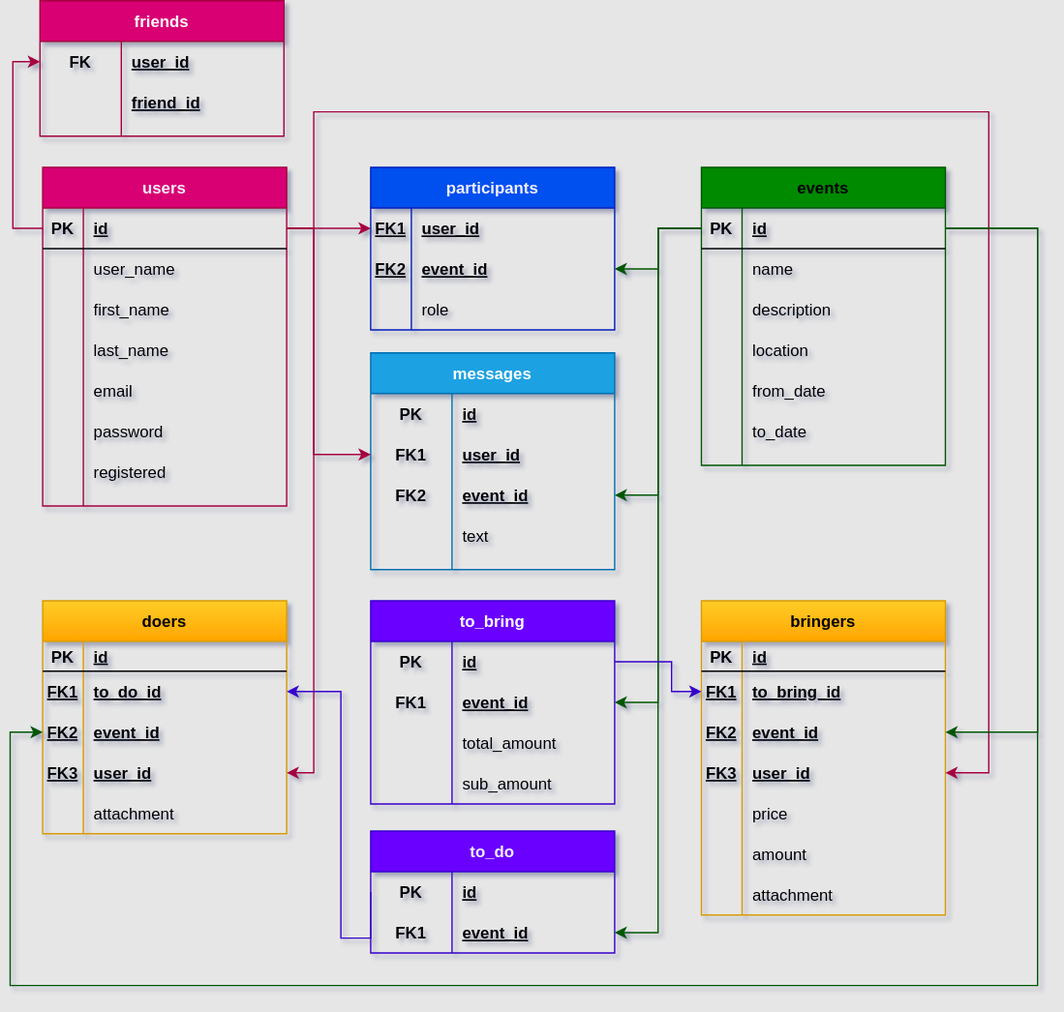
Above: uml_db_plan_c.svg in kispamach/turtle-event (draw.io), before the change. Source tidied: cells renumbered, new cells last; positions are measured from the earlier drawing's top-left corner, leaving out a move shared by most shapes.
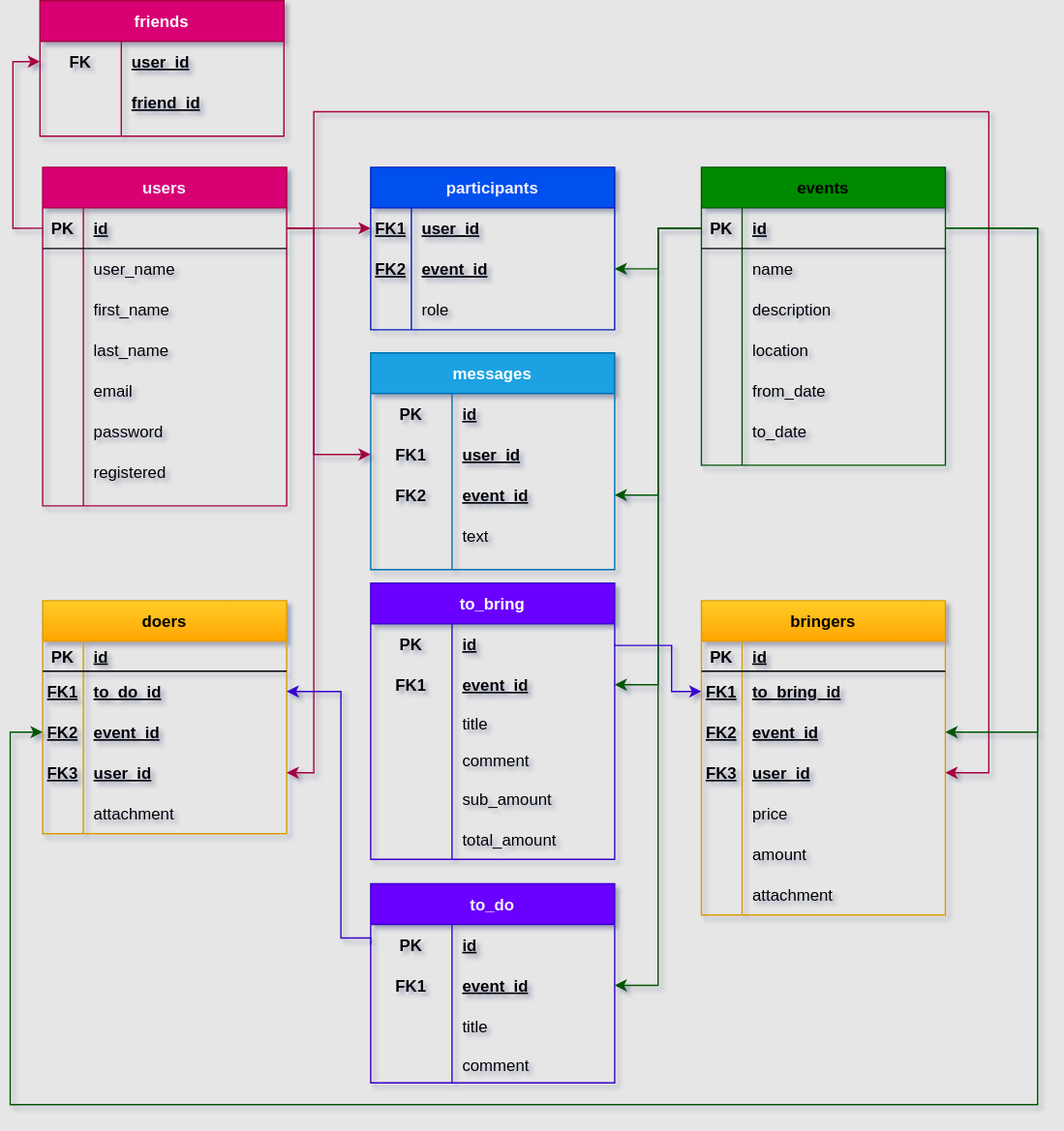
Later version of the same file.

Commit message:
Minor fixes in DB diagram & inserted dummy data to DB schema

What changed in the source:
```diff
@@ -261,7 +261,7 @@
       <mxGeometry x="30" width="150" height="30" as="geometry" />
     </mxCell>
     <mxCell id="88" value="to_bring" style="shape=table;startSize=30;rowLines=0;fontStyle=1;align=center;fillColor=#6a00ff;strokeColor=#3700CC;fontColor=#ffffff;" parent="1" vertex="1">
-      <mxGeometry x="266" y="443" width="180" height="150" as="geometry" />
+      <mxGeometry x="266" y="430" width="180" height="204" as="geometry" />
     </mxCell>
     <mxCell id="89" style="shape=partialRectangle;fillColor=none;top=0;left=0;bottom=0;right=0;points=[[0,0.5],[1,0.5]];portConstraint=eastwest;fontColor=#000000;" parent="88" vertex="1">
       <mxGeometry y="30" width="180" height="30" as="geometry" />
@@ -282,16 +282,25 @@
       <mxGeometry x="60" width="120" height="30" as="geometry" />
     </mxCell>
     <mxCell id="95" style="shape=partialRectangle;fillColor=none;top=0;left=0;bottom=0;right=0;fontColor=#000000;" parent="88" vertex="1">
-      <mxGeometry y="90" width="180" height="30" as="geometry" />
+      <mxGeometry y="90" width="180" height="27" as="geometry" />
     </mxCell>
     <mxCell id="96" style="shape=partialRectangle;fillColor=none;top=0;left=0;bottom=0;right=0;fontStyle=1;overflow=hidden;fontColor=#000000;" parent="95" vertex="1">
-      <mxGeometry width="60" height="30" as="geometry" />
+      <mxGeometry width="60" height="27" as="geometry" />
     </mxCell>
-    <mxCell id="97" value="total_amount" style="shape=partialRectangle;fillColor=none;top=0;left=0;bottom=0;right=0;align=left;spacingLeft=6;fontStyle=0;overflow=hidden;fontColor=#000000;" parent="95" vertex="1">
-      <mxGeometry x="60" width="120" height="30" as="geometry" />
+    <mxCell id="97" value="title" style="shape=partialRectangle;fillColor=none;top=0;left=0;bottom=0;right=0;align=left;spacingLeft=6;fontStyle=0;overflow=hidden;fontColor=#000000;" parent="95" vertex="1">
+      <mxGeometry x="60" width="120" height="27" as="geometry" />
     </mxCell>
+    <mxCell id="144" style="shape=partialRectangle;fillColor=none;top=0;left=0;bottom=0;right=0;fontColor=#000000;" parent="88" vertex="1">
+      <mxGeometry y="117" width="180" height="27" as="geometry" />
+    </mxCell>
+    <mxCell id="145" style="shape=partialRectangle;fillColor=none;top=0;left=0;bottom=0;right=0;fontStyle=1;overflow=hidden;fontColor=#000000;" parent="144" vertex="1">
+      <mxGeometry width="60" height="27" as="geometry" />
+    </mxCell>
+    <mxCell id="146" value="comment" style="shape=partialRectangle;fillColor=none;top=0;left=0;bottom=0;right=0;align=left;spacingLeft=6;fontStyle=0;overflow=hidden;fontColor=#000000;" parent="144" vertex="1">
+      <mxGeometry x="60" width="120" height="27" as="geometry" />
+    </mxCell>
     <mxCell id="98" style="shape=partialRectangle;fillColor=none;top=0;left=0;bottom=0;right=0;fontColor=#000000;" parent="88" vertex="1">
-      <mxGeometry y="120" width="180" height="30" as="geometry" />
+      <mxGeometry y="144" width="180" height="30" as="geometry" />
     </mxCell>
     <mxCell id="99" style="shape=partialRectangle;fillColor=none;top=0;left=0;bottom=0;right=0;fontStyle=1;overflow=hidden;fontColor=#000000;" parent="98" vertex="1">
       <mxGeometry width="60" height="30" as="geometry" />
@@ -299,6 +308,15 @@
     <mxCell id="100" value="sub_amount" style="shape=partialRectangle;fillColor=none;top=0;left=0;bottom=0;right=0;align=left;spacingLeft=6;fontStyle=0;overflow=hidden;fontColor=#000000;" parent="98" vertex="1">
       <mxGeometry x="60" width="120" height="30" as="geometry" />
     </mxCell>
+    <mxCell id="147" style="shape=partialRectangle;fillColor=none;top=0;left=0;bottom=0;right=0;fontColor=#000000;" parent="88" vertex="1">
+      <mxGeometry y="174" width="180" height="30" as="geometry" />
+    </mxCell>
+    <mxCell id="148" style="shape=partialRectangle;fillColor=none;top=0;left=0;bottom=0;right=0;fontStyle=1;overflow=hidden;fontColor=#000000;" parent="147" vertex="1">
+      <mxGeometry width="60" height="30" as="geometry" />
+    </mxCell>
+    <mxCell id="149" value="total_amount" style="shape=partialRectangle;fillColor=none;top=0;left=0;bottom=0;right=0;align=left;spacingLeft=6;fontStyle=0;overflow=hidden;fontColor=#000000;" parent="147" vertex="1">
+      <mxGeometry x="60" width="120" height="30" as="geometry" />
+    </mxCell>
     <mxCell id="101" value="friends" style="shape=table;startSize=30;rowLines=0;fontStyle=1;align=center;fillColor=#d80073;strokeColor=#A50040;fontColor=#ffffff;" parent="1" vertex="1">
       <mxGeometry x="22" width="180" height="100" as="geometry" />
     </mxCell>
@@ -324,7 +342,7 @@
       <mxGeometry relative="1" as="geometry" />
     </mxCell>
     <mxCell id="109" value="to_do" style="shape=table;startSize=30;rowLines=0;fontStyle=1;align=center;fillColor=#6a00ff;strokeColor=#3700CC;fontColor=#F4F0FF;" parent="1" vertex="1">
-      <mxGeometry x="266" y="613" width="180" height="90" as="geometry" />
+      <mxGeometry x="266" y="652" width="180" height="147" as="geometry" />
     </mxCell>
     <mxCell id="110" style="shape=partialRectangle;fillColor=none;top=0;left=0;bottom=0;right=0;points=[[0,0.5],[1,0.5]];portConstraint=eastwest;fontColor=#000000;" parent="109" vertex="1">
       <mxGeometry y="30" width="180" height="30" as="geometry" />
@@ -344,6 +362,24 @@
     <mxCell id="115" value="event_id" style="shape=partialRectangle;fillColor=none;top=0;left=0;bottom=0;right=0;align=left;spacingLeft=6;fontStyle=5;overflow=hidden;fontColor=#000000;" parent="113" vertex="1">
       <mxGeometry x="60" width="120" height="30" as="geometry" />
     </mxCell>
+    <mxCell id="150" style="shape=partialRectangle;fillColor=none;top=0;left=0;bottom=0;right=0;fontColor=#000000;" parent="109" vertex="1">
+      <mxGeometry y="90" width="180" height="30" as="geometry" />
+    </mxCell>
+    <mxCell id="151" style="shape=partialRectangle;fillColor=none;top=0;left=0;bottom=0;right=0;fontStyle=1;overflow=hidden;fontColor=#000000;" parent="150" vertex="1">
+      <mxGeometry width="60" height="30" as="geometry" />
+    </mxCell>
+    <mxCell id="152" value="title" style="shape=partialRectangle;fillColor=none;top=0;left=0;bottom=0;right=0;align=left;spacingLeft=6;fontStyle=0;overflow=hidden;fontColor=#000000;" parent="150" vertex="1">
+      <mxGeometry x="60" width="120" height="30" as="geometry" />
+    </mxCell>
+    <mxCell id="153" style="shape=partialRectangle;fillColor=none;top=0;left=0;bottom=0;right=0;fontColor=#000000;" parent="109" vertex="1">
+      <mxGeometry y="120" width="180" height="27" as="geometry" />
+    </mxCell>
+    <mxCell id="154" style="shape=partialRectangle;fillColor=none;top=0;left=0;bottom=0;right=0;fontStyle=1;overflow=hidden;fontColor=#000000;" parent="153" vertex="1">
+      <mxGeometry width="60" height="27" as="geometry" />
+    </mxCell>
+    <mxCell id="155" value="comment" style="shape=partialRectangle;fillColor=none;top=0;left=0;bottom=0;right=0;align=left;spacingLeft=6;fontStyle=0;overflow=hidden;fontColor=#000000;" parent="153" vertex="1">
+      <mxGeometry x="60" width="120" height="27" as="geometry" />
+    </mxCell>
     <mxCell id="116" value="doers" style="shape=table;startSize=30;rowLines=0;fontStyle=1;align=center;gradientColor=#ffa500;fillColor=#ffcd28;strokeColor=#d79b00;fontColor=#000000;" parent="1" vertex="1">
       <mxGeometry x="24" y="443" width="180" height="172" as="geometry" />
     </mxCell>
@@ -445,8 +481,8 @@
       <mxGeometry relative="1" as="geometry">
         <Array as="points">
           <mxPoint x="758" y="168" />
-          <mxPoint x="758" y="727" />
-          <mxPoint y="727" />
+          <mxPoint x="758" y="815" />
+          <mxPoint y="815" />
           <mxPoint y="540" />
         </Array>
       </mxGeometry>
@@ -454,7 +490,7 @@
     <mxCell id="142" style="edgeStyle=orthogonalEdgeStyle;rounded=0;jettySize=auto;html=1;exitX=1;exitY=0.5;exitDx=0;exitDy=0;entryX=0;entryY=0.5;entryDx=0;entryDy=0;fontColor=#FFFFFF;fillColor=#6a00ff;strokeColor=#3700CC;" parent="1" edge="1" source="89" target="70">
       <mxGeometry relative="1" as="geometry">
         <Array as="points">
-          <mxPoint x="488" y="488" />
+          <mxPoint x="488" y="476" />
           <mxPoint x="488" y="510" />
         </Array>
       </mxGeometry>
```
